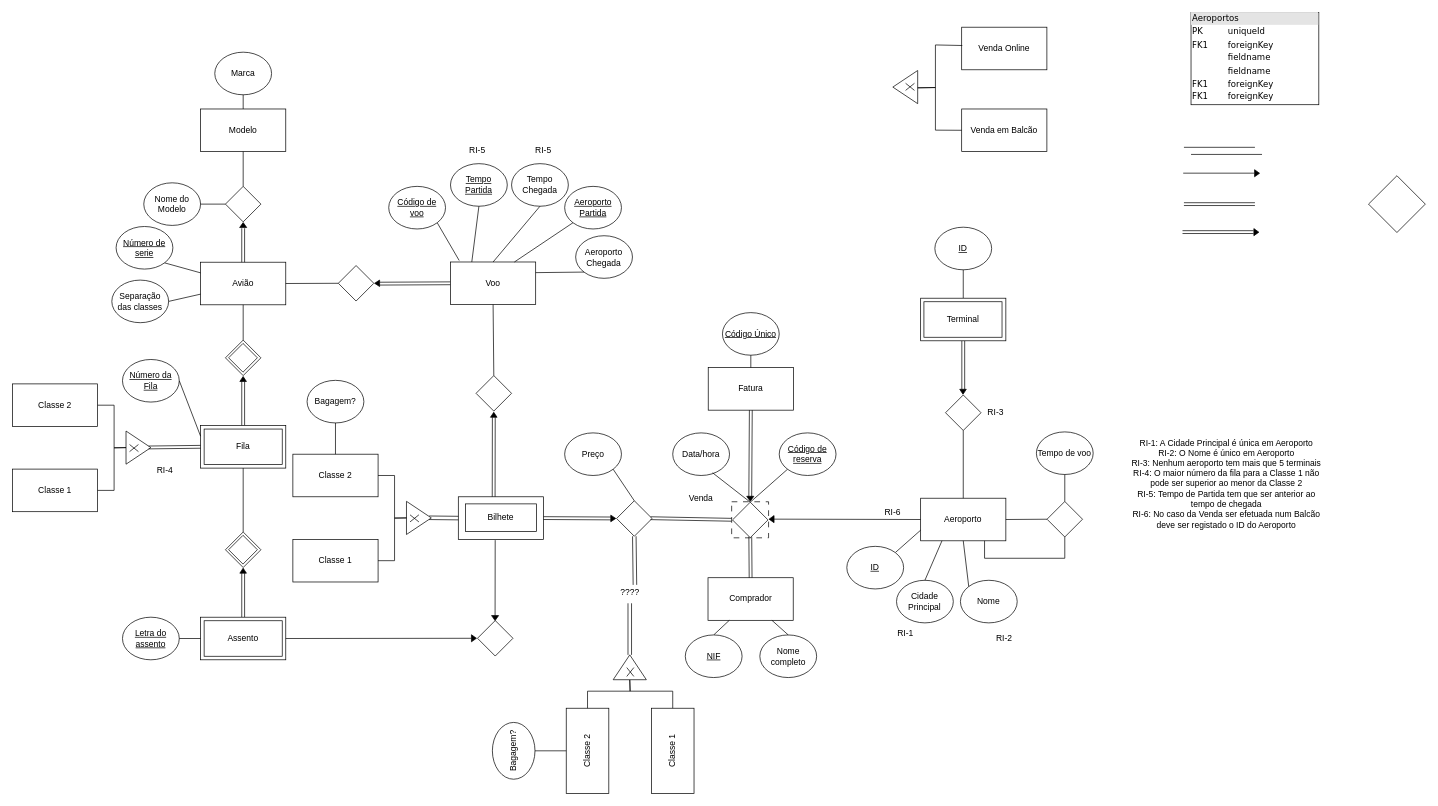
Earlier version of the draw.io diagram Projeto_BD.drawio (Samuel-k276/BD-2025). Source tidied: cells renumbered, new cells numbered last; positions are measured from the earlier drawing's top-left corner, leaving out a move shared by most shapes. Both pictures are drawn from the tidied source at 71%, with x=0, y=0 at pixel (12, 12).
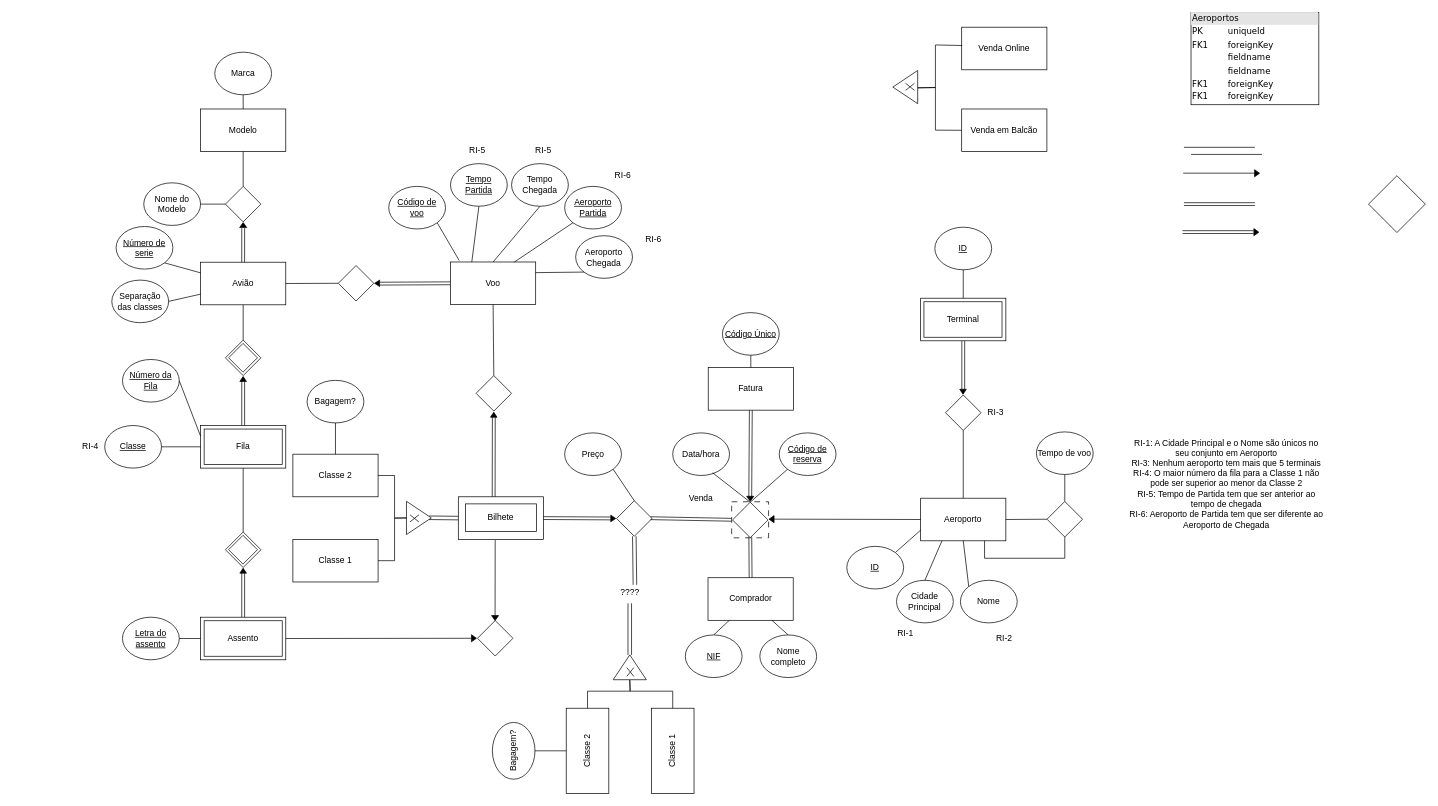
The same diagram, later.

Unchanged cells that the change refers to:
```xml
<mxCell id="24" style="rounded=0;whiteSpace=wrap;html=1;" parent="23" vertex="1">
  <mxGeometry width="120" height="60" as="geometry" />
</mxCell>
```

Diff of the diagram source:
```diff
@@
-    <mxCell id="127" value="&lt;div&gt;RI-1: A Cidade Principal é única em Aeroporto&lt;/div&gt;&lt;div&gt;RI-2: O Nome é único em Aeroporto&lt;/div&gt;RI-3: Nenhum aeroporto tem mais que 5 terminais&lt;div&gt;RI-4: O maior número da fila para a Classe 1 não pode ser superior ao menor da Classe 2&lt;/div&gt;&lt;div&gt;RI-5: Tempo de Partida tem que ser anterior ao tempo de chegada&lt;/div&gt;&lt;div&gt;RI-6: No caso da Venda ser efetuada num Balcão deve ser registado o ID do Aeroporto&lt;/div&gt;" style="text;html=1;align=center;verticalAlign=middle;whiteSpace=wrap;rounded=0;" parent="1" vertex="1">
+    <mxCell id="127" value="&lt;div&gt;RI-1: A Cidade Principal e o Nome são únicos no seu conjunto em Aeroporto&lt;/div&gt;RI-3: Nenhum aeroporto tem mais que 5 terminais&lt;div&gt;RI-4: O maior número da fila para a Classe 1 não pode ser superior ao menor da Classe 2&lt;/div&gt;&lt;div&gt;RI-5: Tempo de Partida tem que ser anterior ao tempo de chegada&lt;/div&gt;&lt;div&gt;RI-6: Aeroporto de Partida tem que ser diferente ao Aeroporto de Chegada&lt;/div&gt;" style="text;html=1;align=center;verticalAlign=middle;whiteSpace=wrap;rounded=0;" parent="1" vertex="1">
       <mxGeometry x="1570" y="560.2" width="280" height="208.2" as="geometry" />
     </mxCell>
     <mxCell id="128" value="RI-4" style="text;html=1;align=center;verticalAlign=middle;whiteSpace=wrap;rounded=0;" parent="1" vertex="1">
-      <mxGeometry x="185" y="629.5" width="60" height="30" as="geometry" />
+      <mxGeometry x="80" y="596.8" width="60" height="30" as="geometry" />
     </mxCell>
@@
-    <mxCell id="160" style="group;direction=west;rotation=-180;" parent="1" vertex="1">
-      <mxGeometry x="160" y="589.6" width="35" height="46.7" as="geometry" />
-    </mxCell>
-    <mxCell id="161" style="group;" parent="160" vertex="1">
-      <mxGeometry width="35" height="46.7" as="geometry" />
-    </mxCell>
-    <mxCell id="162" style="triangle;whiteSpace=wrap;html=1;rotation=-360;" parent="161" vertex="1">
-      <mxGeometry width="35" height="46.7" as="geometry" />
-    </mxCell>
-    <mxCell id="163" style="shape=mxgraph.sysml.x;rotation=-180;" parent="161" vertex="1">
-      <mxGeometry x="5" y="19" width="12.5" height="10" as="geometry" />
-    </mxCell>
@@
-    <mxCell id="165" value="Classe 2" style="rounded=0;whiteSpace=wrap;html=1;direction=east;" parent="1" vertex="1">
-      <mxGeometry y="523.2" width="120" height="60" as="geometry" />
-    </mxCell>
-    <mxCell id="166" style="endArrow=none;html=1;rounded=0;entryX=1;entryY=0.5;entryDx=0;entryDy=0;exitX=0;exitY=0.5;exitDx=0;exitDy=0;" parent="1" edge="1" source="162" target="165">
-      <mxGeometry relative="1" as="geometry">
-        <Array as="points">
-          <mxPoint x="143.2" y="613.2" />
-          <mxPoint x="143.2" y="553.2" />
-        </Array>
-      </mxGeometry>
-    </mxCell>
-    <mxCell id="167" value="Classe 1" style="rounded=0;whiteSpace=wrap;html=1;direction=east;" parent="1" vertex="1">
-      <mxGeometry y="643.2" width="120" height="60" as="geometry" />
-    </mxCell>
-    <mxCell id="168" style="endArrow=none;html=1;rounded=0;exitX=0;exitY=0.5;exitDx=0;exitDy=0;entryX=1;entryY=0.5;entryDx=0;entryDy=0;" parent="1" edge="1" source="162" target="167">
-      <mxGeometry relative="1" as="geometry">
-        <Array as="points">
-          <mxPoint x="143.2" y="613.2" />
-          <mxPoint x="143.2" y="673.2" />
-        </Array>
-      </mxGeometry>
-    </mxCell>
-    <mxCell id="169" style="endArrow=classic;html=1;rounded=0;shape=link;entryX=0;entryY=0.5;entryDx=0;entryDy=0;exitX=0.909;exitY=0.495;exitDx=0;exitDy=0;exitPerimeter=0;" parent="1" edge="1" source="162" target="24">
-      <mxGeometry relative="1" as="geometry" />
-    </mxCell>
-    <mxCell id="170" value="RI-6" style="text;html=1;align=center;verticalAlign=middle;whiteSpace=wrap;rounded=0;" parent="1" vertex="1">
-      <mxGeometry x="1210" y="689.2" width="60" height="30" as="geometry" />
-    </mxCell>
@@
+    <mxCell id="185" value="&lt;u&gt;Classe&lt;/u&gt;" style="ellipse;whiteSpace=wrap;html=1;" parent="1" vertex="1">
+      <mxGeometry x="130" y="581.8" width="80" height="60" as="geometry" />
+    </mxCell>
+    <mxCell id="186" style="endArrow=none;html=1;rounded=0;exitX=1;exitY=0.5;exitDx=0;exitDy=0;entryX=0;entryY=0.5;entryDx=0;entryDy=0;" parent="1" edge="1" source="185" target="24">
+      <mxGeometry relative="1" as="geometry" />
+    </mxCell>
+    <mxCell id="187" value="RI-6" style="text;html=1;align=center;verticalAlign=middle;whiteSpace=wrap;rounded=0;" parent="1" vertex="1">
+      <mxGeometry x="830" y="215" width="60" height="30" as="geometry" />
+    </mxCell>
+    <mxCell id="188" value="RI-6" style="text;html=1;align=center;verticalAlign=middle;whiteSpace=wrap;rounded=0;" parent="1" vertex="1">
+      <mxGeometry x="873.3" y="304.5" width="60" height="30" as="geometry" />
+    </mxCell>
```
